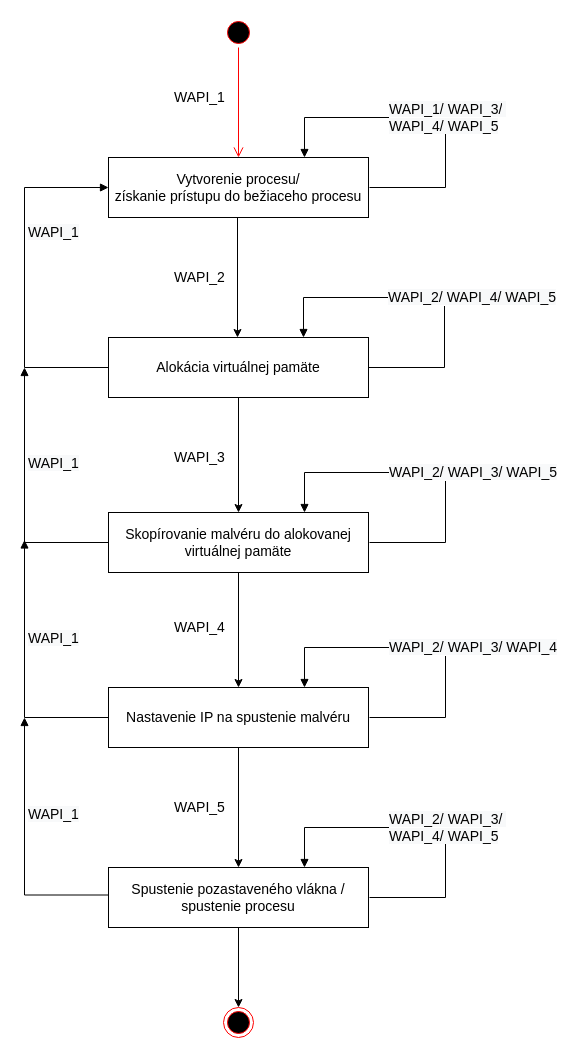
Artanis321/Bakalarka keeps this draw.io diagram as img/konecny automat.drawio. Above is the earlier version. Source tidied: cells renumbered, new cells numbered last; positions are measured from the earlier drawing's top-left corner, leaving out a move shared by most shapes. Both pictures are drawn from the tidied source at 100%, with x=0, y=0 at pixel (24, 17).
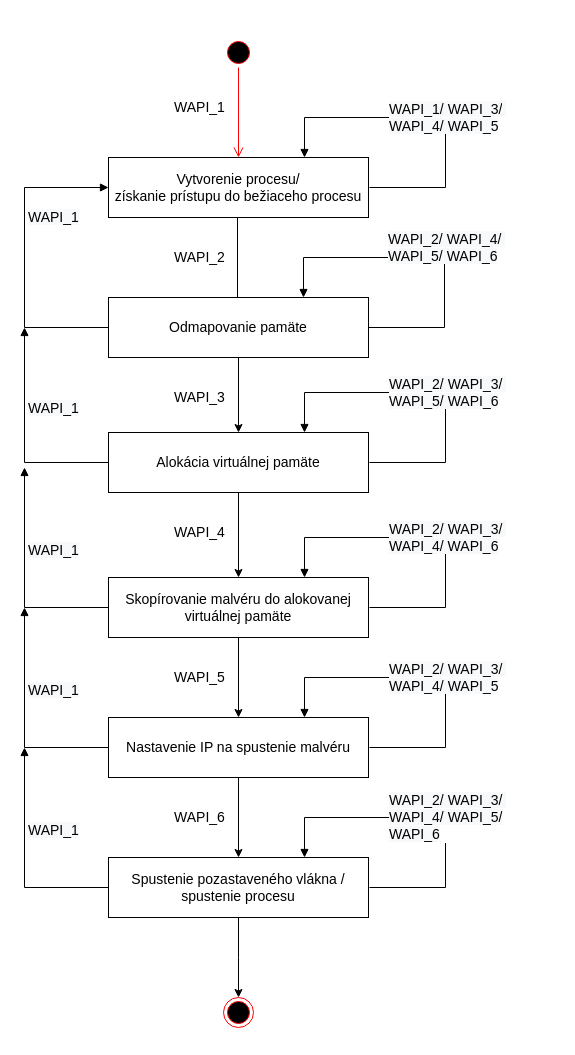
The same page after the edit.

The change refers to these unchanged cells:
```xml
<mxCell id="3" value="&lt;font style=&quot;font-size: 14px&quot;&gt;Vytvorenie procesu/&lt;br&gt;získanie prístupu do bežiaceho procesu&lt;/font&gt;" style="rounded=0;whiteSpace=wrap;html=1;" parent="1" vertex="1">
  <mxGeometry x="84" y="140" width="260" height="60" as="geometry" />
</mxCell>
```

Diff of the diagram source:
```diff
@@
-    <mxCell id="5" value="&lt;span style=&quot;font-size: 14px&quot;&gt;Alokácia virtuálnej pamäte&lt;/span&gt;" style="rounded=0;whiteSpace=wrap;html=1;" parent="1" vertex="1">
-      <mxGeometry x="84" y="320" width="260" height="60" as="geometry" />
+    <mxCell id="5" value="&lt;span style=&quot;font-size: 14px&quot;&gt;Odmapovanie pamäte&lt;/span&gt;" style="rounded=0;whiteSpace=wrap;html=1;" parent="1" vertex="1">
+      <mxGeometry x="84" y="280" width="260" height="60" as="geometry" />
     </mxCell>
@@
-    <mxCell id="7" value="&lt;span style=&quot;font-size: 14px&quot;&gt;Skopírovanie malvéru do alokovanej virtuálnej pamäte&lt;/span&gt;" style="rounded=0;whiteSpace=wrap;html=1;" parent="1" vertex="1">
-      <mxGeometry x="84" y="495" width="260" height="60" as="geometry" />
+    <mxCell id="7" value="&lt;span style=&quot;font-size: 14px&quot;&gt;Alokácia virtuálnej pamäte&lt;/span&gt;" style="rounded=0;whiteSpace=wrap;html=1;" parent="1" vertex="1">
+      <mxGeometry x="84" y="415" width="260" height="60" as="geometry" />
     </mxCell>
@@
-    <mxCell id="9" value="&lt;span style=&quot;font-size: 14px&quot;&gt;Nastavenie IP na spustenie malvéru&lt;/span&gt;" style="rounded=0;whiteSpace=wrap;html=1;" parent="1" vertex="1">
-      <mxGeometry x="84" y="670" width="260" height="60" as="geometry" />
+    <mxCell id="9" value="&lt;span style=&quot;font-size: 14px&quot;&gt;Skopírovanie malvéru do alokovanej virtuálnej pamäte&lt;/span&gt;" style="rounded=0;whiteSpace=wrap;html=1;" parent="1" vertex="1">
+      <mxGeometry x="84" y="560" width="260" height="60" as="geometry" />
     </mxCell>
-    <mxCell id="10" style="edgeStyle=orthogonalEdgeStyle;rounded=0;jettySize=auto;html=1;entryX=0.5;entryY=0;entryDx=0;entryDy=0;" parent="1" edge="1" source="11" target="28">
-      <mxGeometry relative="1" as="geometry" />
-    </mxCell>
+    <mxCell id="29" style="edgeStyle=orthogonalEdgeStyle;rounded=0;jettySize=auto;html=1;entryX=0.5;entryY=0;entryDx=0;entryDy=0;" parent="1" edge="1" source="11" target="31">
+      <mxGeometry relative="1" as="geometry" />
+    </mxCell>
-    <mxCell id="11" value="&lt;span style=&quot;font-size: 14px&quot;&gt;Spustenie pozastaveného vlákna /&lt;br&gt;spustenie procesu&lt;br&gt;&lt;/span&gt;" style="rounded=0;whiteSpace=wrap;html=1;" parent="1" vertex="1">
-      <mxGeometry x="84" y="850" width="260" height="60" as="geometry" />
+    <mxCell id="11" value="&lt;span style=&quot;font-size: 14px&quot;&gt;Nastavenie IP na spustenie malvéru&lt;/span&gt;&lt;span style=&quot;font-size: 14px&quot;&gt;&lt;br&gt;&lt;/span&gt;" style="rounded=0;whiteSpace=wrap;html=1;" parent="1" vertex="1">
+      <mxGeometry x="84" y="700" width="260" height="60" as="geometry" />
     </mxCell>
     <mxCell id="12" value="&lt;span style=&quot;font-size: 14px&quot;&gt;WAPI_2&lt;/span&gt;" style="text;html=1;align=center;verticalAlign=middle;" parent="1" vertex="1">
-      <mxGeometry x="140" y="250" width="70" height="20" as="geometry" />
+      <mxGeometry x="140" y="230" width="70" height="20" as="geometry" />
     </mxCell>
     <mxCell id="13" value="&lt;span style=&quot;font-size: 14px&quot;&gt;WAPI_3&lt;/span&gt;" style="text;html=1;align=center;verticalAlign=middle;" parent="1" vertex="1">
-      <mxGeometry x="140" y="430" width="70" height="20" as="geometry" />
+      <mxGeometry x="140" y="370" width="70" height="20" as="geometry" />
     </mxCell>
     <mxCell id="14" value="&lt;span style=&quot;font-size: 14px&quot;&gt;WAPI_4&lt;/span&gt;" style="text;html=1;align=center;verticalAlign=middle;" parent="1" vertex="1">
-      <mxGeometry x="140" y="600" width="70" height="20" as="geometry" />
+      <mxGeometry x="140" y="504.5" width="70" height="20" as="geometry" />
     </mxCell>
     <mxCell id="15" value="&lt;span style=&quot;font-size: 14px&quot;&gt;WAPI_5&lt;/span&gt;" style="text;html=1;align=center;verticalAlign=middle;" parent="1" vertex="1">
-      <mxGeometry x="140" y="780" width="70" height="20" as="geometry" />
+      <mxGeometry x="140" y="650" width="70" height="20" as="geometry" />
     </mxCell>
     <mxCell id="16" value="&lt;span style=&quot;font-size: 14px&quot;&gt;WAPI_1&lt;/span&gt;" style="text;html=1;align=center;verticalAlign=middle;" parent="1" vertex="1">
-      <mxGeometry x="140" y="70" width="70" height="20" as="geometry" />
+      <mxGeometry x="140" y="80" width="70" height="20" as="geometry" />
     </mxCell>
-    <mxCell id="17" value="&lt;span style=&quot;font-size: 14px ; text-align: center ; background-color: rgb(248 , 249 , 250)&quot;&gt;WAPI_2/&amp;nbsp;&lt;/span&gt;&lt;span style=&quot;font-size: 14px ; text-align: center ; background-color: rgb(248 , 249 , 250)&quot;&gt;WAPI_4/&amp;nbsp;&lt;/span&gt;&lt;span style=&quot;font-size: 14px ; text-align: center ; background-color: rgb(248 , 249 , 250)&quot;&gt;WAPI_5&lt;/span&gt;" style="edgeStyle=orthogonalEdgeStyle;html=1;align=left;spacingLeft=2;endArrow=block;rounded=0;exitX=1;exitY=0.5;exitDx=0;exitDy=0;" parent="1" edge="1" source="5">
-      <mxGeometry x="0.26" relative="1" as="geometry">
-        <mxPoint x="279" y="320" as="targetPoint" />
+    <mxCell id="17" value="&lt;span style=&quot;font-size: 14px ; text-align: center ; background-color: rgb(248 , 249 , 250)&quot;&gt;WAPI_2/&amp;nbsp;&lt;/span&gt;&lt;span style=&quot;font-size: 14px ; text-align: center ; background-color: rgb(248 , 249 , 250)&quot;&gt;WAPI_4/&amp;nbsp;&lt;br&gt;&lt;/span&gt;&lt;span style=&quot;font-size: 14px ; text-align: center ; background-color: rgb(248 , 249 , 250)&quot;&gt;WAPI_5/&amp;nbsp;&lt;/span&gt;&lt;span style=&quot;font-size: 14px ; text-align: center ; background-color: rgb(248 , 249 , 250)&quot;&gt;WAPI_6&lt;/span&gt;" style="edgeStyle=orthogonalEdgeStyle;html=1;align=left;spacingLeft=2;endArrow=block;rounded=0;exitX=1;exitY=0.5;exitDx=0;exitDy=0;" parent="1" edge="1" source="5">
+      <mxGeometry x="0.26" y="-10" relative="1" as="geometry">
+        <mxPoint x="279" y="280" as="targetPoint" />
         <Array as="points">
-          <mxPoint x="420" y="350" />
-          <mxPoint x="420" y="280" />
-          <mxPoint x="279" y="280" />
+          <mxPoint x="420" y="310" />
+          <mxPoint x="420" y="240" />
+          <mxPoint x="279" y="240" />
         </Array>
       </mxGeometry>
     </mxCell>
-    <mxCell id="18" value="&lt;span style=&quot;font-size: 14px ; text-align: center ; background-color: rgb(248 , 249 , 250)&quot;&gt;WAPI_2/&amp;nbsp;&lt;/span&gt;&lt;span style=&quot;font-size: 14px ; text-align: center ; background-color: rgb(248 , 249 , 250)&quot;&gt;WAPI_3/&amp;nbsp;&lt;/span&gt;&lt;span style=&quot;font-size: 14px ; text-align: center ; background-color: rgb(248 , 249 , 250)&quot;&gt;WAPI_5&lt;/span&gt;" style="edgeStyle=orthogonalEdgeStyle;html=1;align=left;spacingLeft=2;endArrow=block;rounded=0;exitX=1;exitY=0.5;exitDx=0;exitDy=0;" parent="1" edge="1">
+    <mxCell id="18" value="&lt;span style=&quot;font-size: 14px ; text-align: center ; background-color: rgb(248 , 249 , 250)&quot;&gt;WAPI_2/&amp;nbsp;&lt;/span&gt;&lt;span style=&quot;font-size: 14px ; text-align: center ; background-color: rgb(248 , 249 , 250)&quot;&gt;WAPI_3/&amp;nbsp;&lt;br&gt;&lt;/span&gt;&lt;span style=&quot;font-size: 14px ; text-align: center ; background-color: rgb(248 , 249 , 250)&quot;&gt;WAPI_5/&amp;nbsp;&lt;/span&gt;&lt;span style=&quot;font-size: 14px ; text-align: center ; background-color: rgb(248 , 249 , 250)&quot;&gt;WAPI_6&lt;/span&gt;" style="edgeStyle=orthogonalEdgeStyle;html=1;align=left;spacingLeft=2;endArrow=block;rounded=0;exitX=1;exitY=0.5;exitDx=0;exitDy=0;" parent="1" edge="1">
       <mxGeometry x="0.26" relative="1" as="geometry">
-        <mxPoint x="345" y="525" as="sourcePoint" />
-        <mxPoint x="280" y="495" as="targetPoint" />
+        <mxPoint x="345" y="445" as="sourcePoint" />
+        <mxPoint x="280" y="415" as="targetPoint" />
         <Array as="points">
-          <mxPoint x="421" y="525" />
-          <mxPoint x="421" y="455" />
-          <mxPoint x="280" y="455" />
+          <mxPoint x="421" y="445" />
+          <mxPoint x="421" y="375" />
+          <mxPoint x="280" y="375" />
         </Array>
       </mxGeometry>
     </mxCell>
-    <mxCell id="19" value="&lt;span style=&quot;font-size: 14px ; text-align: center ; background-color: rgb(248 , 249 , 250)&quot;&gt;WAPI_2/&amp;nbsp;&lt;/span&gt;&lt;span style=&quot;font-size: 14px ; text-align: center ; background-color: rgb(248 , 249 , 250)&quot;&gt;WAPI_3/&amp;nbsp;&lt;/span&gt;&lt;span style=&quot;font-size: 14px ; text-align: center ; background-color: rgb(248 , 249 , 250)&quot;&gt;WAPI_4&lt;/span&gt;" style="edgeStyle=orthogonalEdgeStyle;html=1;align=left;spacingLeft=2;endArrow=block;rounded=0;exitX=1;exitY=0.5;exitDx=0;exitDy=0;" parent="1" edge="1">
+    <mxCell id="19" value="&lt;span style=&quot;font-size: 14px ; text-align: center ; background-color: rgb(248 , 249 , 250)&quot;&gt;WAPI_2/&amp;nbsp;&lt;/span&gt;&lt;span style=&quot;font-size: 14px ; text-align: center ; background-color: rgb(248 , 249 , 250)&quot;&gt;WAPI_3/&amp;nbsp;&lt;br&gt;&lt;/span&gt;&lt;span style=&quot;font-size: 14px ; text-align: center ; background-color: rgb(248 , 249 , 250)&quot;&gt;WAPI_4/ WAPI_6&lt;br&gt;&lt;/span&gt;" style="edgeStyle=orthogonalEdgeStyle;html=1;align=left;spacingLeft=2;endArrow=block;rounded=0;exitX=1;exitY=0.5;exitDx=0;exitDy=0;" parent="1" edge="1">
       <mxGeometry x="0.26" relative="1" as="geometry">
-        <mxPoint x="345" y="700" as="sourcePoint" />
-        <mxPoint x="280" y="670" as="targetPoint" />
+        <mxPoint x="345" y="590" as="sourcePoint" />
+        <mxPoint x="280" y="560" as="targetPoint" />
         <Array as="points">
-          <mxPoint x="421" y="700" />
-          <mxPoint x="421" y="630" />
-          <mxPoint x="280" y="630" />
+          <mxPoint x="421" y="590" />
+          <mxPoint x="421" y="520" />
+          <mxPoint x="280" y="520" />
         </Array>
       </mxGeometry>
     </mxCell>
     <mxCell id="20" value="&lt;span style=&quot;font-size: 14px ; text-align: center ; background-color: rgb(248 , 249 , 250)&quot;&gt;WAPI_2/&amp;nbsp;&lt;/span&gt;&lt;span style=&quot;font-size: 14px ; text-align: center ; background-color: rgb(248 , 249 , 250)&quot;&gt;WAPI_3/&amp;nbsp;&lt;/span&gt;&lt;span style=&quot;font-size: 14px ; text-align: center ; background-color: rgb(248 , 249 , 250)&quot;&gt;&lt;br&gt;&lt;/span&gt;&lt;span style=&quot;font-size: 14px ; text-align: center ; background-color: rgb(248 , 249 , 250)&quot;&gt;WAPI_4/&amp;nbsp;&lt;/span&gt;&lt;span style=&quot;font-size: 14px ; text-align: center ; background-color: rgb(248 , 249 , 250)&quot;&gt;WAPI_5&lt;/span&gt;" style="edgeStyle=orthogonalEdgeStyle;html=1;align=left;spacingLeft=2;endArrow=block;rounded=0;exitX=1;exitY=0.5;exitDx=0;exitDy=0;" parent="1" edge="1">
       <mxGeometry x="0.26" relative="1" as="geometry">
-        <mxPoint x="345" y="880" as="sourcePoint" />
-        <mxPoint x="280" y="850" as="targetPoint" />
+        <mxPoint x="345" y="730" as="sourcePoint" />
+        <mxPoint x="280" y="700" as="targetPoint" />
         <Array as="points">
-          <mxPoint x="421" y="880" />
-          <mxPoint x="421" y="810" />
-          <mxPoint x="280" y="810" />
+          <mxPoint x="421" y="730" />
+          <mxPoint x="421" y="660" />
+          <mxPoint x="280" y="660" />
         </Array>
       </mxGeometry>
     </mxCell>
     <mxCell id="21" value="&lt;span style=&quot;font-size: 14px ; text-align: center ; background-color: rgb(248 , 249 , 250)&quot;&gt;WAPI_1&lt;/span&gt;" style="edgeStyle=orthogonalEdgeStyle;html=1;align=left;spacingLeft=2;endArrow=block;rounded=0;exitX=0;exitY=0.5;exitDx=0;exitDy=0;entryX=0;entryY=0.5;entryDx=0;entryDy=0;" parent="1" edge="1" source="5" target="3">
       <mxGeometry x="0.26" relative="1" as="geometry">
         <Array as="points">
-          <mxPoint y="350" />
+          <mxPoint y="310" />
           <mxPoint y="170" />
         </Array>
       </mxGeometry>
     </mxCell>
     <mxCell id="22" value="&lt;span style=&quot;font-size: 14px ; text-align: center ; background-color: rgb(248 , 249 , 250)&quot;&gt;WAPI_1&lt;/span&gt;" style="edgeStyle=orthogonalEdgeStyle;html=1;align=left;spacingLeft=2;endArrow=block;rounded=0;exitX=0;exitY=0.5;exitDx=0;exitDy=0;" parent="1" edge="1" source="7">
       <mxGeometry x="0.26" relative="1" as="geometry">
-        <mxPoint y="350" as="targetPoint" />
+        <mxPoint y="310" as="targetPoint" />
         <Array as="points">
-          <mxPoint y="525" />
+          <mxPoint y="445" />
         </Array>
       </mxGeometry>
     </mxCell>
-    <mxCell id="23" value="&lt;span style=&quot;font-size: 14px ; text-align: center ; background-color: rgb(248 , 249 , 250)&quot;&gt;WAPI_1&lt;/span&gt;" style="edgeStyle=orthogonalEdgeStyle;html=1;align=left;spacingLeft=2;endArrow=block;rounded=0;exitX=0;exitY=0.5;exitDx=0;exitDy=0;" parent="1" edge="1">
+    <mxCell id="23" value="&lt;span style=&quot;font-size: 14px ; text-align: center ; background-color: rgb(248 , 249 , 250)&quot;&gt;WAPI_1&lt;/span&gt;" style="edgeStyle=orthogonalEdgeStyle;html=1;align=left;spacingLeft=2;endArrow=block;rounded=0;exitX=0;exitY=0.5;exitDx=0;exitDy=0;" parent="1" edge="1" source="9">
       <mxGeometry x="0.26" relative="1" as="geometry">
-        <mxPoint x="84" y="697.5" as="sourcePoint" />
-        <mxPoint y="522.5" as="targetPoint" />
+        <mxPoint y="450" as="targetPoint" />
         <Array as="points">
-          <mxPoint x="84" y="700" />
-          <mxPoint y="700" />
+          <mxPoint y="590" />
         </Array>
       </mxGeometry>
     </mxCell>
-    <mxCell id="24" value="&lt;span style=&quot;font-size: 14px ; text-align: center ; background-color: rgb(248 , 249 , 250)&quot;&gt;WAPI_1&lt;/span&gt;" style="edgeStyle=orthogonalEdgeStyle;html=1;align=left;spacingLeft=2;endArrow=block;rounded=0;exitX=0;exitY=0.5;exitDx=0;exitDy=0;" parent="1" edge="1">
+    <mxCell id="24" value="&lt;span style=&quot;font-size: 14px ; text-align: center ; background-color: rgb(248 , 249 , 250)&quot;&gt;WAPI_1&lt;/span&gt;" style="edgeStyle=orthogonalEdgeStyle;html=1;align=left;spacingLeft=2;endArrow=block;rounded=0;exitX=0;exitY=0.5;exitDx=0;exitDy=0;" parent="1" edge="1" source="11">
       <mxGeometry x="0.26" relative="1" as="geometry">
-        <mxPoint x="84" y="877.5" as="sourcePoint" />
-        <mxPoint y="700" as="targetPoint" />
+        <mxPoint y="590" as="targetPoint" />
         <Array as="points">
-          <mxPoint y="877.5" />
+          <mxPoint y="730" />
         </Array>
       </mxGeometry>
     </mxCell>
@@
     <mxCell id="26" style="ellipse;html=1;shape=startState;fillColor=#000000;strokeColor=#ff0000;" parent="1" vertex="1">
-      <mxGeometry x="199" width="30" height="30" as="geometry" />
+      <mxGeometry x="199" y="20" width="30" height="30" as="geometry" />
     </mxCell>
@@
     <mxCell id="28" style="ellipse;html=1;shape=endState;fillColor=#000000;strokeColor=#ff0000;" parent="1" vertex="1">
-      <mxGeometry x="199" y="990" width="30" height="30" as="geometry" />
+      <mxGeometry x="199" y="980" width="30" height="30" as="geometry" />
     </mxCell>
+    <mxCell id="30" style="edgeStyle=orthogonalEdgeStyle;rounded=0;jettySize=auto;html=1;" parent="1" edge="1" source="31">
+      <mxGeometry relative="1" as="geometry">
+        <mxPoint x="214" y="980" as="targetPoint" />
+      </mxGeometry>
+    </mxCell>
+    <mxCell id="31" value="&lt;span style=&quot;font-size: 14px&quot;&gt;Spustenie pozastaveného vlákna /&lt;br&gt;spustenie procesu&lt;br&gt;&lt;/span&gt;" style="rounded=0;whiteSpace=wrap;html=1;" parent="1" vertex="1">
+      <mxGeometry x="84" y="840" width="260" height="60" as="geometry" />
+    </mxCell>
+    <mxCell id="32" value="&lt;span style=&quot;font-size: 14px&quot;&gt;WAPI_6&lt;/span&gt;" style="text;html=1;align=center;verticalAlign=middle;" parent="1" vertex="1">
+      <mxGeometry x="140" y="790" width="70" height="20" as="geometry" />
+    </mxCell>
+    <mxCell id="33" value="&lt;span style=&quot;font-size: 14px ; text-align: center ; background-color: rgb(248 , 249 , 250)&quot;&gt;WAPI_2/&amp;nbsp;&lt;/span&gt;&lt;span style=&quot;font-size: 14px ; text-align: center ; background-color: rgb(248 , 249 , 250)&quot;&gt;WAPI_3/&amp;nbsp;&lt;/span&gt;&lt;span style=&quot;font-size: 14px ; text-align: center ; background-color: rgb(248 , 249 , 250)&quot;&gt;&lt;br&gt;&lt;/span&gt;&lt;span style=&quot;font-size: 14px ; text-align: center ; background-color: rgb(248 , 249 , 250)&quot;&gt;WAPI_4/&amp;nbsp;&lt;/span&gt;&lt;span style=&quot;font-size: 14px ; text-align: center ; background-color: rgb(248 , 249 , 250)&quot;&gt;WAPI_5/&lt;br&gt;WAPI_6&lt;br&gt;&lt;/span&gt;" style="edgeStyle=orthogonalEdgeStyle;html=1;align=left;spacingLeft=2;endArrow=block;rounded=0;exitX=1;exitY=0.5;exitDx=0;exitDy=0;" parent="1" edge="1">
+      <mxGeometry x="0.26" relative="1" as="geometry">
+        <mxPoint x="345" y="870" as="sourcePoint" />
+        <mxPoint x="280" y="840" as="targetPoint" />
+        <Array as="points">
+          <mxPoint x="421" y="870" />
+          <mxPoint x="421" y="800" />
+          <mxPoint x="280" y="800" />
+        </Array>
+      </mxGeometry>
+    </mxCell>
+    <mxCell id="34" value="&lt;span style=&quot;font-size: 14px ; text-align: center ; background-color: rgb(248 , 249 , 250)&quot;&gt;WAPI_1&lt;/span&gt;" style="edgeStyle=orthogonalEdgeStyle;html=1;align=left;spacingLeft=2;endArrow=block;rounded=0;exitX=0;exitY=0.5;exitDx=0;exitDy=0;" parent="1" edge="1">
+      <mxGeometry x="0.26" relative="1" as="geometry">
+        <mxPoint x="84" y="870" as="sourcePoint" />
+        <mxPoint y="730" as="targetPoint" />
+        <Array as="points">
+          <mxPoint y="870" />
+        </Array>
+      </mxGeometry>
+    </mxCell>
```
